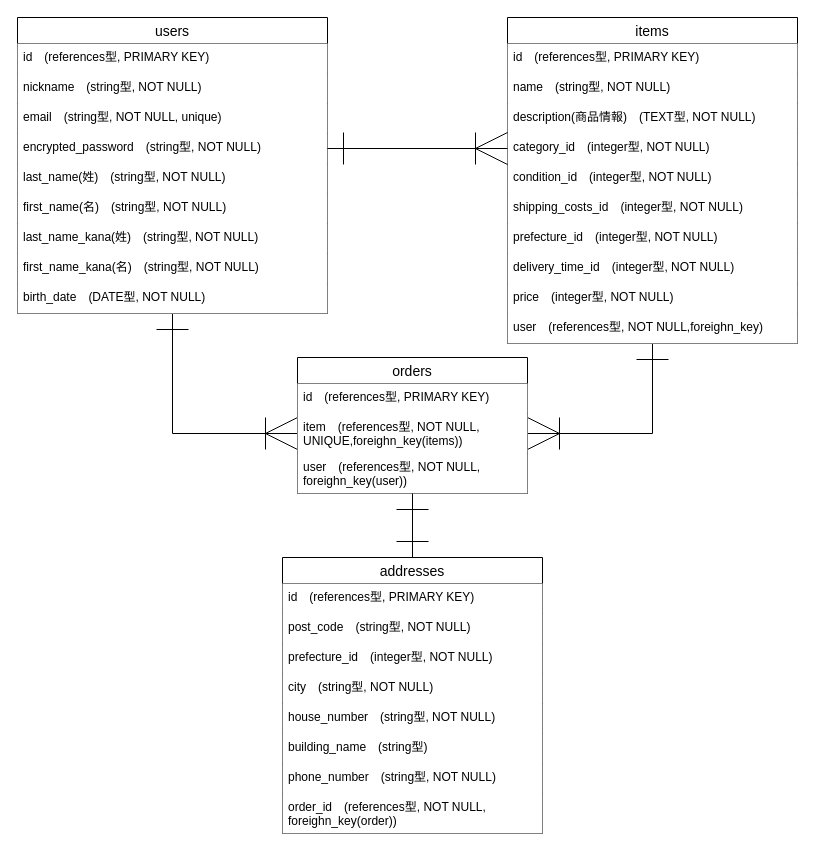
This is ER.dio from utako-melo/furima-42327, a draw.io file, before an edit. Source tidied: cells renumbered, new cells numbered last; positions are measured from the earlier drawing's top-left corner, leaving out a move shared by most shapes. Both pictures are drawn from the tidied source at 100%, with x=0, y=0 at pixel (17, 17).
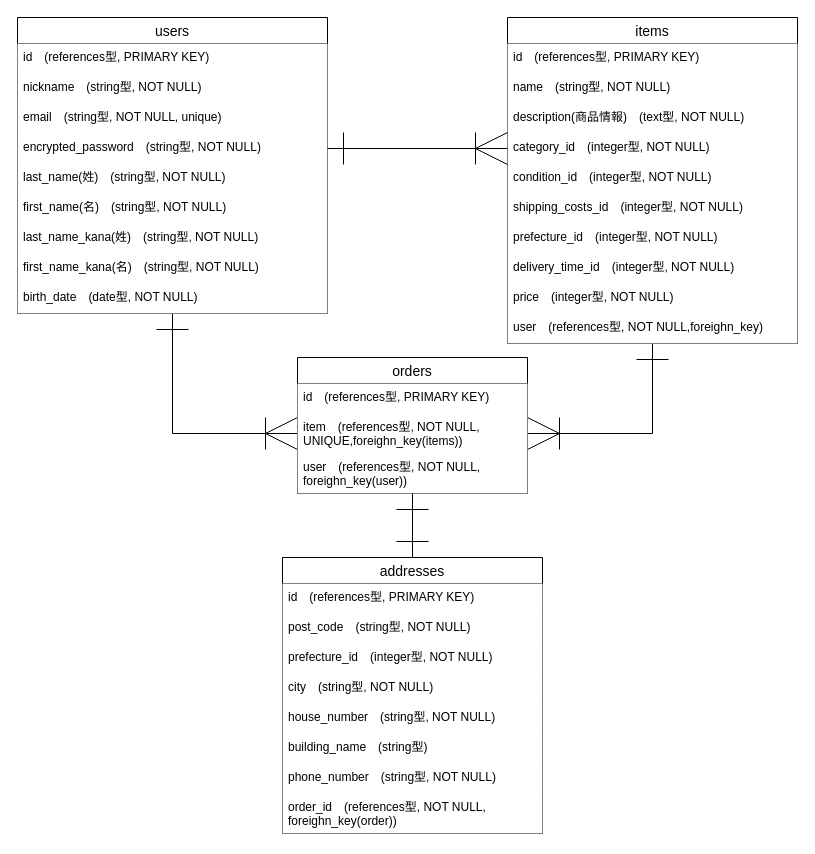
Above is the later version.

Commit message (it also covers changes not shown here):
データベース設計の修正②

Unchanged cells that the change refers to:
```xml
<mxCell id="3" value="users" style="swimlane;fontStyle=0;horizontal=1;startSize=26;align=center;fontSize=14;" parent="1" vertex="1">
  <mxGeometry width="310" height="296" as="geometry" />
</mxCell>
<mxCell id="14" value="items" style="swimlane;fontStyle=0;horizontal=1;startSize=26;align=center;fontSize=14;" parent="1" vertex="1">
  <mxGeometry x="490" width="290" height="326" as="geometry" />
</mxCell>
```

What changed in the source:
```diff
@@
-    <mxCell id="12" value="birth_date&lt;span style=&quot;color: rgb(0, 0, 0);&quot;&gt;　(DATE型, NOT NULL&lt;/span&gt;&lt;span style=&quot;background-color: transparent;&quot;&gt;)&lt;/span&gt;" style="text;strokeColor=none;fillColor=default;spacingLeft=4;spacingRight=4;overflow=hidden;fontSize=12;whiteSpace=wrap;html=1;" parent="3" vertex="1">
+    <mxCell id="12" value="birth_date&lt;span style=&quot;color: rgb(0, 0, 0);&quot;&gt;　(date型, NOT NULL&lt;/span&gt;&lt;span style=&quot;background-color: transparent;&quot;&gt;)&lt;/span&gt;" style="text;strokeColor=none;fillColor=default;spacingLeft=4;spacingRight=4;overflow=hidden;fontSize=12;whiteSpace=wrap;html=1;" parent="3" vertex="1">
       <mxGeometry y="266" width="310" height="30" as="geometry" />
     </mxCell>
@@
-    <mxCell id="17" value="description(商品情報)&lt;span style=&quot;color: rgb(0, 0, 0);&quot;&gt;　(TEXT型, NOT NULL&lt;/span&gt;&lt;span style=&quot;background-color: transparent;&quot;&gt;)&lt;/span&gt;" style="text;strokeColor=none;fillColor=default;spacingLeft=4;spacingRight=4;overflow=hidden;fontSize=12;whiteSpace=wrap;html=1;" parent="14" vertex="1">
+    <mxCell id="17" value="description(商品情報)&lt;span style=&quot;color: rgb(0, 0, 0);&quot;&gt;　(text型, NOT NULL&lt;/span&gt;&lt;span style=&quot;background-color: transparent;&quot;&gt;)&lt;/span&gt;" style="text;strokeColor=none;fillColor=default;spacingLeft=4;spacingRight=4;overflow=hidden;fontSize=12;whiteSpace=wrap;html=1;" parent="14" vertex="1">
       <mxGeometry y="86" width="290" height="30" as="geometry" />
     </mxCell>
```
